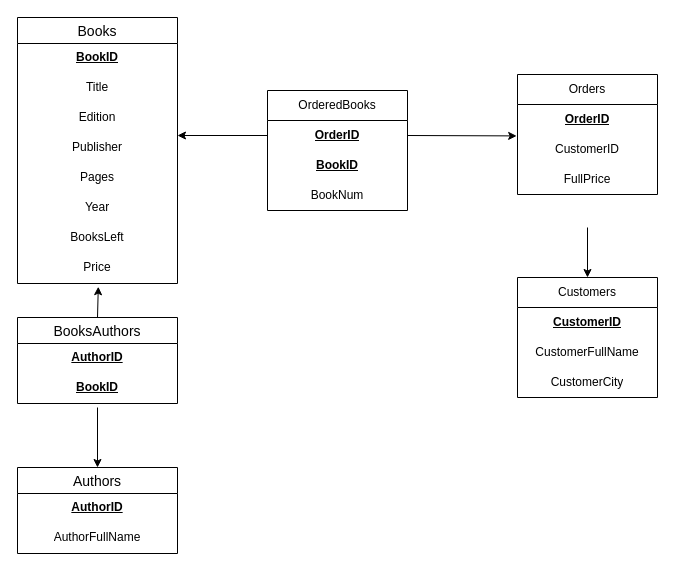
Before: ERDiagram-TableSchema/ERDiagram-BookStore.drawio in ey1az/assignment2_dbs, a draw.io diagram. Source tidied: cells renumbered, new cells numbered last; positions are measured from the earlier drawing's top-left corner, leaving out a move shared by most shapes. Both pictures are drawn from the tidied source at 100%, with x=0, y=0 at pixel (17, 17).
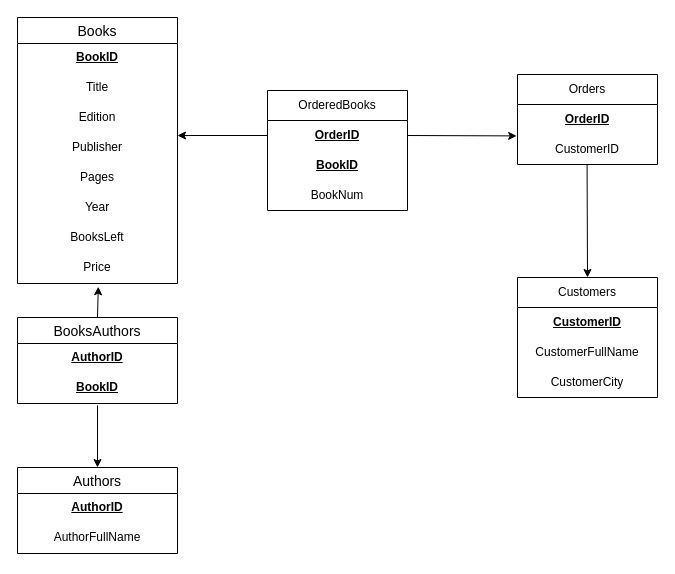
After the change.

Commit message (it also covers changes not shown here):
Minor Changes (Table Schema, CRUD)

The change refers to these unchanged cells:
```xml
<mxCell id="13" value="BookID" style="text;strokeColor=none;fillColor=none;spacingLeft=4;spacingRight=4;overflow=hidden;points=[[0,0.5],[1,0.5]];portConstraint=eastwest;fontSize=12;whiteSpace=wrap;html=1;align=center;fontStyle=5;" parent="11" vertex="1">
  <mxGeometry y="56" width="160" height="30" as="geometry" />
</mxCell>
<mxCell id="14" value="Authors" style="swimlane;fontStyle=0;horizontal=1;startSize=26;align=center;fontSize=14;" parent="1" vertex="1">
  <mxGeometry y="450" width="160" height="86" as="geometry" />
</mxCell>
<mxCell id="26" value="CustomerID" style="text;strokeColor=none;fillColor=none;align=center;verticalAlign=middle;spacingLeft=4;spacingRight=4;overflow=hidden;points=[[0,0.5],[1,0.5]];portConstraint=eastwest;whiteSpace=wrap;html=1;" parent="24" vertex="1">
  <mxGeometry y="60" width="140" height="30" as="geometry" />
</mxCell>
<mxCell id="29" value="Customers" style="swimlane;fontStyle=0;horizontal=1;startSize=30;whiteSpace=wrap;html=1;" parent="1" vertex="1">
  <mxGeometry x="500" y="260" width="140" height="120" as="geometry" />
</mxCell>
```

Change to the diagram source:
```diff
@@
-    <mxCell id="18" style="endArrow=classic;html=1;rounded=0;entryX=0.5;entryY=0;entryDx=0;entryDy=0;" parent="1" edge="1" target="14">
-      <mxGeometry relative="1" as="geometry">
-        <mxPoint x="80" y="390" as="sourcePoint" />
-      </mxGeometry>
+    <mxCell id="18" style="endArrow=classic;html=1;rounded=0;entryX=0.5;entryY=0;entryDx=0;entryDy=0;exitX=0.5;exitY=1.067;exitDx=0;exitDy=0;exitPerimeter=0;" parent="1" edge="1" source="13" target="14">
+      <mxGeometry relative="1" as="geometry" />
     </mxCell>
@@
     <mxCell id="24" value="Orders" style="swimlane;fontStyle=0;horizontal=1;startSize=30;whiteSpace=wrap;html=1;" parent="1" vertex="1">
-      <mxGeometry x="500" y="57" width="140" height="120" as="geometry" />
+      <mxGeometry x="500" y="57" width="140" height="90" as="geometry" />
     </mxCell>
@@
-    <mxCell id="27" value="FullPrice" style="text;strokeColor=none;fillColor=none;align=center;verticalAlign=middle;spacingLeft=4;spacingRight=4;overflow=hidden;whiteSpace=wrap;html=1;" parent="24" vertex="1">
-      <mxGeometry y="90" width="140" height="30" as="geometry" />
-    </mxCell>
@@
-    <mxCell id="33" style="endArrow=classic;html=1;rounded=0;entryX=0.5;entryY=0;entryDx=0;entryDy=0;" parent="1" edge="1" target="29">
-      <mxGeometry relative="1" as="geometry">
-        <mxPoint x="570" y="210" as="sourcePoint" />
-      </mxGeometry>
+    <mxCell id="33" style="endArrow=classic;html=1;rounded=0;entryX=0.5;entryY=0;entryDx=0;entryDy=0;exitX=0.497;exitY=1.007;exitDx=0;exitDy=0;exitPerimeter=0;" parent="1" edge="1" source="26" target="29">
+      <mxGeometry relative="1" as="geometry" />
     </mxCell>
```
